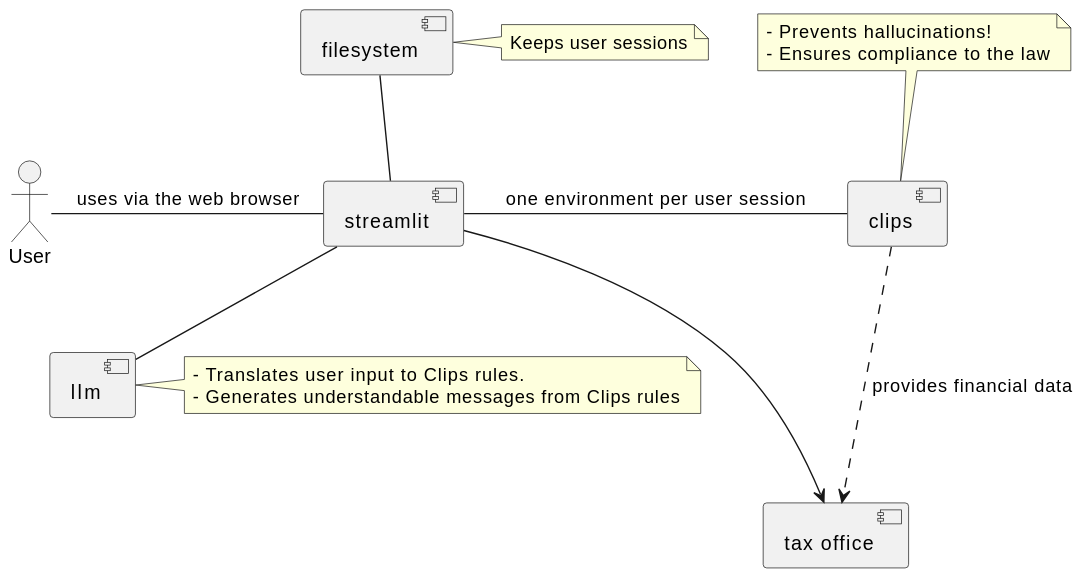
The PlantUML diagram docs/diagrams/overview.svg in skorczan/pcc3-clerk, before a commit. Source of this version:
```plantuml
@startuml
actor User as user

user - [streamlit] : uses via the web browser
[filesystem] -- [streamlit]
[streamlit] - [clips] : one environment per user session
[streamlit] -- [llm]
[streamlit] ---> [tax office]
[clips] ..> [tax office] : provides financial data

note right of [filesystem]
  Keeps user sessions
end note

note right of [llm]
  - Translates user input to Clips rules.
  - Generates understandable messages from Clips rules
end note

note top of [clips]
  - Prevents hallucinations!
  - Ensures compliance to the law
end note
@enduml
```
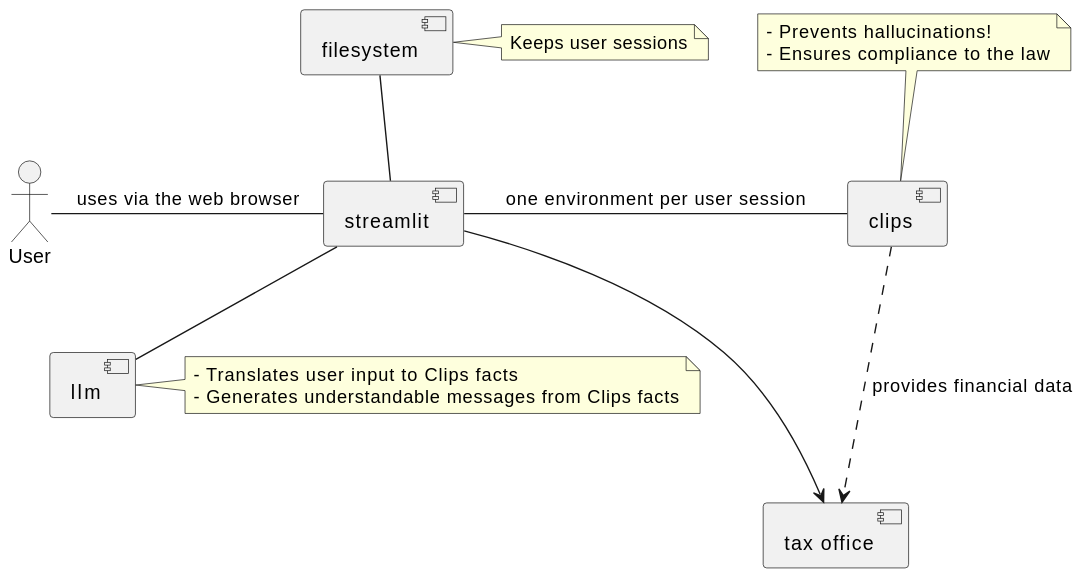
The same file after the commit.

Change to the diagram source:
```diff
@@ -13,8 +13,8 @@
 end note
 
 note right of [llm]
-  - Translates user input to Clips rules.
-  - Generates understandable messages from Clips rules
+  - Translates user input to Clips facts
+  - Generates understandable messages from Clips facts
 end note
 
 note top of [clips]
```
